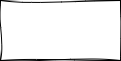
Before: ERDs/Erd1.png, a diagram exported from draw.io (you22ef/ERDs). Source tidied: cells renumbered, new cells last; positions are measured from the earlier drawing's top-left corner, leaving out a move shared by most shapes. The source it was exported from:
```xml
<mxGraphModel>
  <root>
    <mxCell id="0" />
    <mxCell id="1" parent="0" />
    <mxCell id="2" style="rounded=0;whiteSpace=wrap;html=1;sketch=1;curveFitting=1;jiggle=2;" parent="1" vertex="1">
      <mxGeometry width="120" height="60" as="geometry" />
    </mxCell>
  </root>
</mxGraphModel>
```
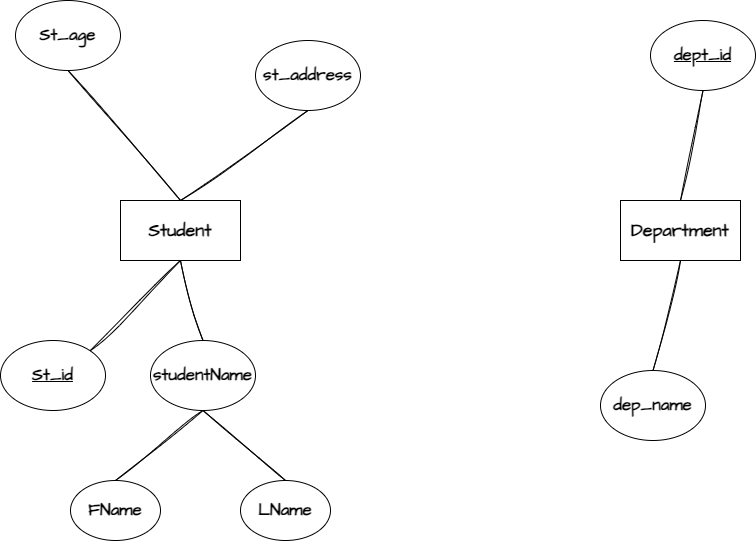
The same file after the commit.

What changed in the source:
```diff
@@ -2,8 +2,59 @@
   <root>
     <mxCell id="0" />
     <mxCell id="1" parent="0" />
-    <mxCell id="2" style="rounded=0;whiteSpace=wrap;html=1;sketch=1;curveFitting=1;jiggle=2;" parent="1" vertex="1">
+    <mxCell id="2" value="&lt;font face=&quot;Architects Daughter&quot; style=&quot;font-size: 18px;&quot;&gt;&lt;b&gt;Student&lt;/b&gt;&lt;/font&gt;" style="rounded=0;whiteSpace=wrap;html=1;" parent="1" vertex="1">
       <mxGeometry width="120" height="60" as="geometry" />
     </mxCell>
+    <mxCell id="3" value="&lt;font face=&quot;Architects Daughter&quot; style=&quot;font-size: 18px;&quot;&gt;&lt;b&gt;Department&lt;/b&gt;&lt;/font&gt;" style="rounded=0;whiteSpace=wrap;html=1;" parent="1" vertex="1">
+      <mxGeometry x="500" width="120" height="60" as="geometry" />
+    </mxCell>
+    <mxCell id="4" value="&lt;font face=&quot;Architects Daughter&quot; style=&quot;font-size: 17px;&quot;&gt;&lt;b&gt;&lt;u&gt;St_id&lt;/u&gt;&lt;/b&gt;&lt;/font&gt;" style="ellipse;whiteSpace=wrap;html=1;" parent="1" vertex="1">
+      <mxGeometry x="-120" y="140" width="105" height="70" as="geometry" />
+    </mxCell>
+    <mxCell id="5" style="endArrow=none;html=1;rounded=0;entryX=0.5;entryY=1;entryDx=0;entryDy=0;exitX=1;exitY=0;exitDx=0;exitDy=0;sketch=1;curveFitting=1;jiggle=2;" parent="1" edge="1" source="4" target="2">
+      <mxGeometry relative="1" as="geometry" />
+    </mxCell>
+    <mxCell id="6" value="&lt;span id=&quot;docs-internal-guid-c1091824-7fff-c988-b4a2-2d547d7a1708&quot;&gt;&lt;span style=&quot;background-color: transparent; font-variant-numeric: normal; font-variant-east-asian: normal; font-variant-alternates: normal; font-variant-position: normal; vertical-align: baseline; white-space-collapse: preserve;&quot;&gt;&lt;font style=&quot;font-size: 17px;&quot; face=&quot;Architects Daughter&quot;&gt;&lt;b&gt;studentName&lt;/b&gt;&lt;/font&gt;&lt;/span&gt;&lt;/span&gt;" style="ellipse;whiteSpace=wrap;html=1;" parent="1" vertex="1">
+      <mxGeometry x="30" y="140" width="105" height="70" as="geometry" />
+    </mxCell>
+    <mxCell id="7" style="endArrow=none;html=1;rounded=0;exitX=0.5;exitY=0;exitDx=0;exitDy=0;entryX=0.5;entryY=1;entryDx=0;entryDy=0;sketch=1;curveFitting=1;jiggle=2;" parent="1" edge="1" source="6" target="2">
+      <mxGeometry relative="1" as="geometry" />
+    </mxCell>
+    <mxCell id="8" value="&lt;span id=&quot;docs-internal-guid-c1091824-7fff-c988-b4a2-2d547d7a1708&quot;&gt;&lt;span style=&quot;background-color: transparent; font-variant-numeric: normal; font-variant-east-asian: normal; font-variant-alternates: normal; font-variant-position: normal; vertical-align: baseline; white-space-collapse: preserve;&quot;&gt;&lt;font style=&quot;font-size: 17px;&quot; face=&quot;Architects Daughter&quot;&gt;&lt;b&gt;FName&lt;/b&gt;&lt;/font&gt;&lt;/span&gt;&lt;/span&gt;" style="ellipse;whiteSpace=wrap;html=1;" parent="1" vertex="1">
+      <mxGeometry x="-50" y="280" width="90" height="60" as="geometry" />
+    </mxCell>
+    <mxCell id="9" value="&lt;span id=&quot;docs-internal-guid-c1091824-7fff-c988-b4a2-2d547d7a1708&quot;&gt;&lt;span style=&quot;background-color: transparent; font-variant-numeric: normal; font-variant-east-asian: normal; font-variant-alternates: normal; font-variant-position: normal; vertical-align: baseline; white-space-collapse: preserve;&quot;&gt;&lt;font style=&quot;font-size: 17px;&quot; face=&quot;Architects Daughter&quot;&gt;&lt;b&gt;LName&lt;/b&gt;&lt;/font&gt;&lt;/span&gt;&lt;/span&gt;" style="ellipse;whiteSpace=wrap;html=1;" parent="1" vertex="1">
+      <mxGeometry x="120" y="280" width="90" height="60" as="geometry" />
+    </mxCell>
+    <mxCell id="10" style="endArrow=none;html=1;rounded=0;entryX=0.5;entryY=1;entryDx=0;entryDy=0;exitX=0.5;exitY=0;exitDx=0;exitDy=0;sketch=1;curveFitting=1;jiggle=2;" parent="1" edge="1" source="9" target="6">
+      <mxGeometry relative="1" as="geometry" />
+    </mxCell>
+    <mxCell id="11" style="endArrow=none;html=1;rounded=0;entryX=0.5;entryY=1;entryDx=0;entryDy=0;exitX=0.5;exitY=0;exitDx=0;exitDy=0;sketch=1;curveFitting=1;jiggle=2;" parent="1" edge="1" source="8" target="6">
+      <mxGeometry relative="1" as="geometry" />
+    </mxCell>
+    <mxCell id="12" value="&lt;font face=&quot;Architects Daughter&quot; style=&quot;font-size: 17px;&quot;&gt;&lt;b&gt;St_age&lt;/b&gt;&lt;/font&gt;" style="ellipse;whiteSpace=wrap;html=1;" parent="1" vertex="1">
+      <mxGeometry x="-105" y="-200" width="105" height="70" as="geometry" />
+    </mxCell>
+    <mxCell id="13" value="&lt;span id=&quot;docs-internal-guid-c1091824-7fff-c988-b4a2-2d547d7a1708&quot;&gt;&lt;span style=&quot;background-color: transparent; font-variant-numeric: normal; font-variant-east-asian: normal; font-variant-alternates: normal; font-variant-position: normal; vertical-align: baseline; white-space-collapse: preserve;&quot;&gt;&lt;font style=&quot;font-size: 17px;&quot; face=&quot;Architects Daughter&quot;&gt;&lt;b&gt;st_address&lt;/b&gt;&lt;/font&gt;&lt;/span&gt;&lt;/span&gt;" style="ellipse;whiteSpace=wrap;html=1;" parent="1" vertex="1">
+      <mxGeometry x="135" y="-160" width="105" height="70" as="geometry" />
+    </mxCell>
+    <mxCell id="14" style="endArrow=none;html=1;rounded=0;entryX=0.5;entryY=1;entryDx=0;entryDy=0;exitX=0.5;exitY=0;exitDx=0;exitDy=0;sketch=1;curveFitting=1;jiggle=2;" parent="1" edge="1" source="2" target="12">
+      <mxGeometry relative="1" as="geometry" />
+    </mxCell>
+    <mxCell id="15" style="endArrow=none;html=1;rounded=0;entryX=0.5;entryY=1;entryDx=0;entryDy=0;exitX=0.5;exitY=0;exitDx=0;exitDy=0;sketch=1;curveFitting=1;jiggle=2;" parent="1" edge="1" source="2" target="13">
+      <mxGeometry relative="1" as="geometry" />
+    </mxCell>
+    <mxCell id="16" value="&lt;span id=&quot;docs-internal-guid-0de33933-7fff-8635-5738-5373e45799ed&quot;&gt;&lt;span style=&quot;background-color: transparent; font-variant-numeric: normal; font-variant-east-asian: normal; font-variant-alternates: normal; font-variant-position: normal; vertical-align: baseline; white-space-collapse: preserve;&quot;&gt;&lt;font face=&quot;Architects Daughter&quot; style=&quot;font-size: 17px;&quot;&gt;&lt;b&gt;&lt;u&gt;dept_id&lt;/u&gt;&lt;/b&gt;&lt;/font&gt;&lt;/span&gt;&lt;/span&gt;" style="ellipse;whiteSpace=wrap;html=1;" parent="1" vertex="1">
+      <mxGeometry x="530" y="-180" width="105" height="70" as="geometry" />
+    </mxCell>
+    <mxCell id="17" value="&lt;span id=&quot;docs-internal-guid-887ece5b-7fff-2531-cd6d-e7d68904abee&quot;&gt;&lt;span style=&quot;background-color: transparent; font-variant-numeric: normal; font-variant-east-asian: normal; font-variant-alternates: normal; font-variant-position: normal; vertical-align: baseline; white-space-collapse: preserve;&quot;&gt;&lt;font face=&quot;Architects Daughter&quot; style=&quot;font-size: 17px;&quot;&gt;&lt;b&gt;dep_name&lt;/b&gt;&lt;/font&gt;&lt;/span&gt;&lt;/span&gt;" style="ellipse;whiteSpace=wrap;html=1;" parent="1" vertex="1">
+      <mxGeometry x="480" y="170" width="105" height="70" as="geometry" />
+    </mxCell>
+    <mxCell id="18" style="endArrow=none;html=1;rounded=0;entryX=0.5;entryY=1;entryDx=0;entryDy=0;exitX=0.5;exitY=0;exitDx=0;exitDy=0;sketch=1;curveFitting=1;jiggle=2;" parent="1" edge="1" source="3" target="16">
+      <mxGeometry relative="1" as="geometry" />
+    </mxCell>
+    <mxCell id="19" style="endArrow=none;html=1;rounded=0;entryX=0.5;entryY=1;entryDx=0;entryDy=0;exitX=0.5;exitY=0;exitDx=0;exitDy=0;sketch=1;curveFitting=1;jiggle=2;" parent="1" edge="1" source="17" target="3">
+      <mxGeometry relative="1" as="geometry" />
+    </mxCell>
   </root>
 </mxGraphModel>
```
